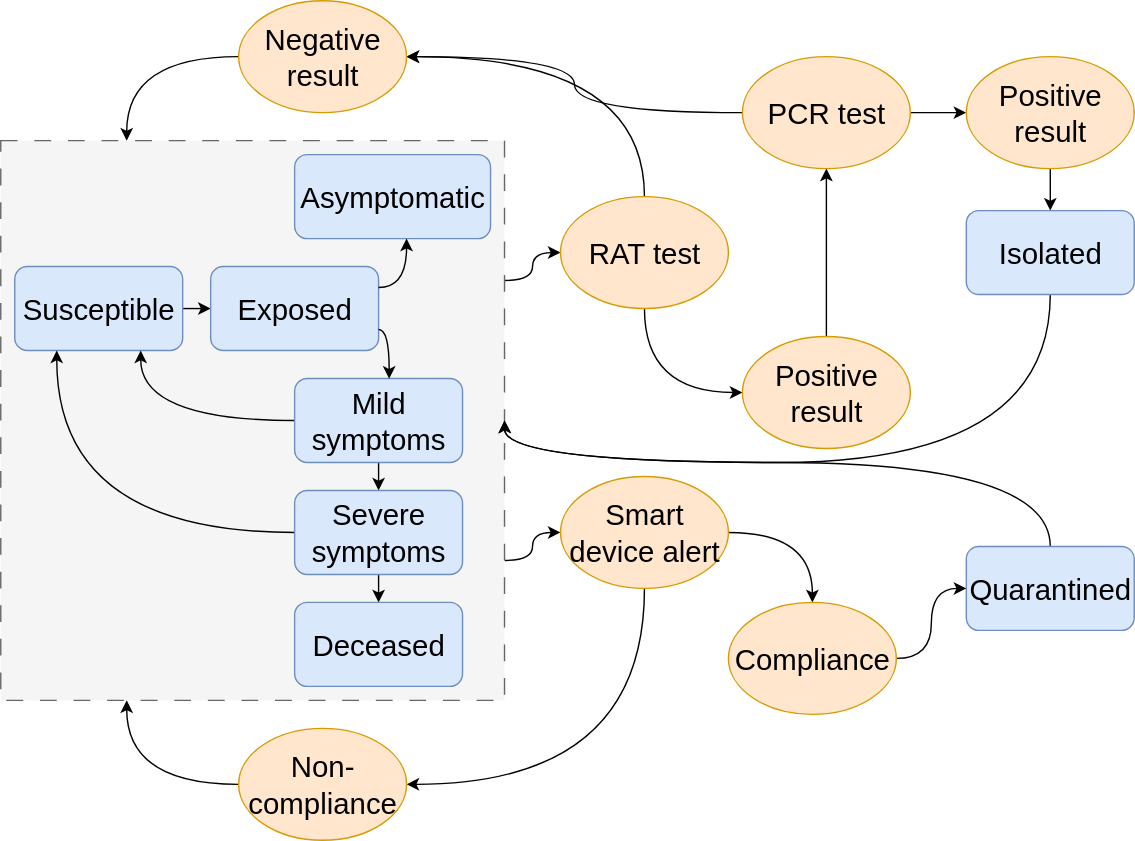
Before: notes/Human.svg.svg, a diagram exported from draw.io (Flynn-Primrose/Zoonosim). Source tidied: cells renumbered, new cells last; positions are measured from the earlier drawing's top-left corner, leaving out a move shared by most shapes.
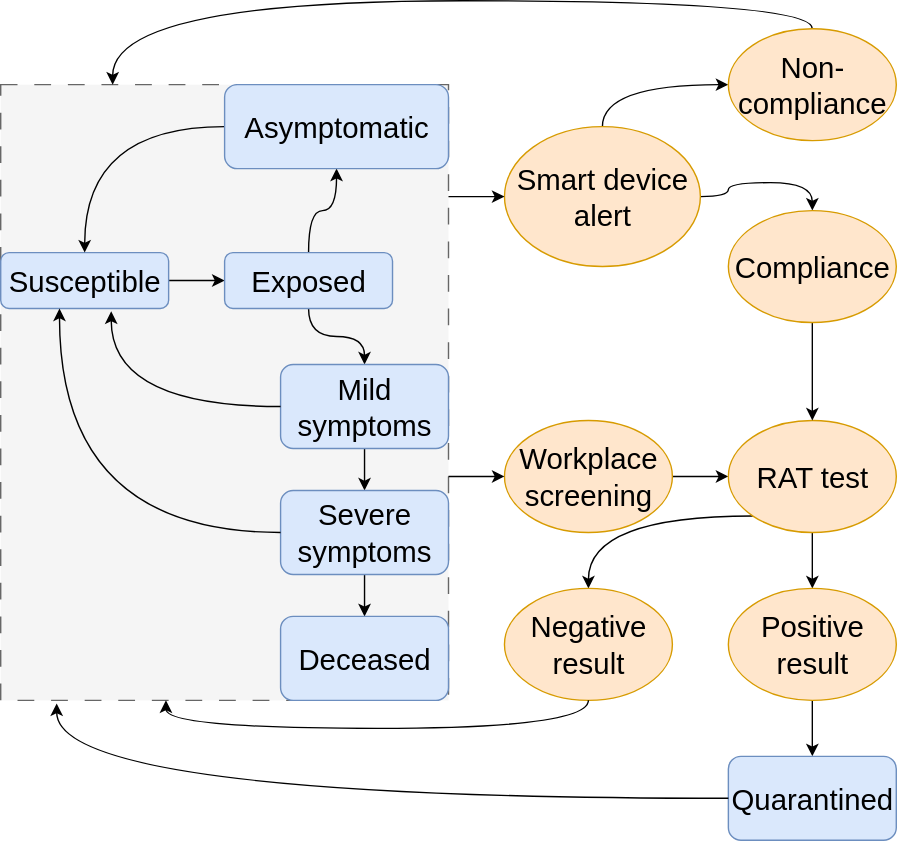
The same diagram one commit later.

Commit message:
updated Human Cycle

What changed in the source:
```diff
@@ -2,133 +2,117 @@
   <root>
     <mxCell id="0" />
     <mxCell id="1" parent="0" />
-    <mxCell id="2" style="edgeStyle=orthogonalEdgeStyle;rounded=0;jettySize=auto;html=1;exitX=1;exitY=0.75;exitDx=0;exitDy=0;entryX=0;entryY=0.5;entryDx=0;entryDy=0;curved=1;" parent="1" edge="1" source="4" target="30">
-      <mxGeometry relative="1" as="geometry" />
-    </mxCell>
-    <mxCell id="3" style="edgeStyle=orthogonalEdgeStyle;rounded=0;jettySize=auto;html=1;exitX=1;exitY=0.25;exitDx=0;exitDy=0;entryX=0;entryY=0.5;entryDx=0;entryDy=0;curved=1;" parent="1" edge="1" source="4" target="24">
-      <mxGeometry relative="1" as="geometry" />
-    </mxCell>
-    <mxCell id="4" style="rounded=0;whiteSpace=wrap;html=1;dashed=1;dashPattern=12 12;fillColor=#f5f5f5;fontColor=#333333;strokeColor=#666666;" parent="1" vertex="1">
-      <mxGeometry y="100" width="360" height="400" as="geometry" />
-    </mxCell>
+    <mxCell id="41" style="rounded=0;whiteSpace=wrap;html=1;dashed=1;dashPattern=12 12;fillColor=#f5f5f5;fontColor=#333333;strokeColor=#666666;" parent="1" vertex="1">
+      <mxGeometry x="50" y="80" width="320" height="440" as="geometry" />
+    </mxCell>
     <mxCell id="5" style="edgeStyle=orthogonalEdgeStyle;rounded=0;jettySize=auto;html=1;exitX=1;exitY=0.5;exitDx=0;exitDy=0;entryX=0;entryY=0.5;entryDx=0;entryDy=0;" parent="1" edge="1" source="6" target="8">
       <mxGeometry relative="1" as="geometry" />
     </mxCell>
     <mxCell id="6" value="&lt;font style=&quot;font-size: 21px;&quot;&gt;Susceptible&lt;/font&gt;" style="rounded=1;whiteSpace=wrap;html=1;fillColor=#dae8fc;strokeColor=#6c8ebf;" parent="1" vertex="1">
-      <mxGeometry x="10" y="190" width="120" height="60" as="geometry" />
+      <mxGeometry x="50" y="200" width="120" height="40" as="geometry" />
     </mxCell>
-    <mxCell id="7" value="&lt;font style=&quot;font-size: 21px;&quot;&gt;Asymptomatic&lt;/font&gt;" style="rounded=1;whiteSpace=wrap;html=1;fillColor=#dae8fc;strokeColor=#6c8ebf;" parent="1" vertex="1">
-      <mxGeometry x="210" y="110" width="140" height="60" as="geometry" />
-    </mxCell>
+    <mxCell id="20" style="edgeStyle=orthogonalEdgeStyle;rounded=0;jettySize=auto;html=1;exitX=0.5;exitY=1;exitDx=0;exitDy=0;entryX=0.5;entryY=0;entryDx=0;entryDy=0;curved=1;" parent="1" edge="1" source="8" target="11">
+      <mxGeometry relative="1" as="geometry" />
+    </mxCell>
+    <mxCell id="21" style="edgeStyle=orthogonalEdgeStyle;rounded=0;jettySize=auto;html=1;exitX=0.5;exitY=0;exitDx=0;exitDy=0;entryX=0.5;entryY=1;entryDx=0;entryDy=0;curved=1;" parent="1" edge="1" source="8" target="7">
+      <mxGeometry relative="1" as="geometry" />
+    </mxCell>
     <mxCell id="8" value="&lt;font style=&quot;font-size: 21px;&quot;&gt;Exposed&lt;/font&gt;" style="rounded=1;whiteSpace=wrap;html=1;fillColor=#dae8fc;strokeColor=#6c8ebf;" parent="1" vertex="1">
-      <mxGeometry x="150" y="190" width="120" height="60" as="geometry" />
+      <mxGeometry x="210" y="200" width="120" height="40" as="geometry" />
     </mxCell>
-    <mxCell id="9" style="edgeStyle=orthogonalEdgeStyle;rounded=0;jettySize=auto;html=1;exitX=0;exitY=0.5;exitDx=0;exitDy=0;entryX=0.75;entryY=1;entryDx=0;entryDy=0;curved=1;" parent="1" edge="1" source="11" target="6">
-      <mxGeometry relative="1" as="geometry" />
-    </mxCell>
-    <mxCell id="10" style="edgeStyle=orthogonalEdgeStyle;rounded=0;jettySize=auto;html=1;exitX=0.5;exitY=1;exitDx=0;exitDy=0;entryX=0.5;entryY=0;entryDx=0;entryDy=0;" parent="1" edge="1" source="11" target="14">
+    <mxCell id="10" style="edgeStyle=orthogonalEdgeStyle;rounded=0;jettySize=auto;html=1;" parent="1" edge="1" source="11" target="14">
       <mxGeometry relative="1" as="geometry" />
     </mxCell>
     <mxCell id="11" value="&lt;font style=&quot;font-size: 21px;&quot;&gt;Mild symptoms&lt;/font&gt;" style="rounded=1;whiteSpace=wrap;html=1;fillColor=#dae8fc;strokeColor=#6c8ebf;" parent="1" vertex="1">
-      <mxGeometry x="210" y="270" width="120" height="60" as="geometry" />
+      <mxGeometry x="250" y="280" width="120" height="60" as="geometry" />
     </mxCell>
-    <mxCell id="12" style="edgeStyle=orthogonalEdgeStyle;rounded=0;jettySize=auto;html=1;exitX=0;exitY=0.5;exitDx=0;exitDy=0;entryX=0.25;entryY=1;entryDx=0;entryDy=0;curved=1;" parent="1" edge="1" source="14" target="6">
-      <mxGeometry relative="1" as="geometry" />
-    </mxCell>
-    <mxCell id="13" style="edgeStyle=orthogonalEdgeStyle;rounded=0;jettySize=auto;html=1;exitX=0.5;exitY=1;exitDx=0;exitDy=0;entryX=0.5;entryY=0;entryDx=0;entryDy=0;" parent="1" edge="1" source="14" target="15">
+    <mxCell id="13" style="edgeStyle=orthogonalEdgeStyle;rounded=0;jettySize=auto;html=1;" parent="1" edge="1" source="14" target="15">
       <mxGeometry relative="1" as="geometry" />
     </mxCell>
     <mxCell id="14" value="&lt;font style=&quot;font-size: 21px;&quot;&gt;Severe symptoms&lt;/font&gt;" style="rounded=1;whiteSpace=wrap;html=1;fillColor=#dae8fc;strokeColor=#6c8ebf;" parent="1" vertex="1">
-      <mxGeometry x="210" y="350" width="120" height="60" as="geometry" />
+      <mxGeometry x="250" y="370" width="120" height="60" as="geometry" />
     </mxCell>
     <mxCell id="15" value="&lt;font style=&quot;font-size: 21px;&quot;&gt;Deceased&lt;/font&gt;" style="rounded=1;whiteSpace=wrap;html=1;fillColor=#dae8fc;strokeColor=#6c8ebf;" parent="1" vertex="1">
-      <mxGeometry x="210" y="430" width="120" height="60" as="geometry" />
+      <mxGeometry x="250" y="460" width="120" height="60" as="geometry" />
     </mxCell>
-    <mxCell id="16" style="edgeStyle=orthogonalEdgeStyle;rounded=0;jettySize=auto;html=1;exitX=0.5;exitY=0;exitDx=0;exitDy=0;entryX=1;entryY=0.5;entryDx=0;entryDy=0;curved=1;" parent="1" edge="1" source="17" target="4">
-      <mxGeometry relative="1" as="geometry">
-        <Array as="points">
-          <mxPoint x="750" y="330" />
-          <mxPoint x="360" y="330" />
-        </Array>
-      </mxGeometry>
-    </mxCell>
-    <mxCell id="17" value="&lt;font style=&quot;font-size: 21px;&quot;&gt;Quarantined&lt;/font&gt;" style="rounded=1;whiteSpace=wrap;html=1;fillColor=#dae8fc;strokeColor=#6c8ebf;" parent="1" vertex="1">
-      <mxGeometry x="690" y="390" width="120" height="60" as="geometry" />
-    </mxCell>
-    <mxCell id="18" style="edgeStyle=orthogonalEdgeStyle;rounded=0;jettySize=auto;html=1;exitX=0.5;exitY=1;exitDx=0;exitDy=0;curved=1;" parent="1" edge="1" source="19">
-      <mxGeometry relative="1" as="geometry">
-        <mxPoint x="360" y="300" as="targetPoint" />
-        <Array as="points">
-          <mxPoint x="750" y="330" />
-          <mxPoint x="361" y="330" />
-        </Array>
-      </mxGeometry>
-    </mxCell>
-    <mxCell id="19" value="&lt;font style=&quot;font-size: 21px;&quot;&gt;Isolated&lt;/font&gt;" style="rounded=1;whiteSpace=wrap;html=1;fillColor=#dae8fc;strokeColor=#6c8ebf;" parent="1" vertex="1">
-      <mxGeometry x="690" y="150" width="120" height="60" as="geometry" />
-    </mxCell>
-    <mxCell id="20" style="edgeStyle=orthogonalEdgeStyle;rounded=0;jettySize=auto;html=1;exitX=1;exitY=0.75;exitDx=0;exitDy=0;entryX=0.563;entryY=0.003;entryDx=0;entryDy=0;entryPerimeter=0;curved=1;" parent="1" edge="1" source="8" target="11">
-      <mxGeometry relative="1" as="geometry" />
-    </mxCell>
-    <mxCell id="21" style="edgeStyle=orthogonalEdgeStyle;rounded=0;jettySize=auto;html=1;exitX=1;exitY=0.25;exitDx=0;exitDy=0;entryX=0.571;entryY=1;entryDx=0;entryDy=0;entryPerimeter=0;curved=1;" parent="1" edge="1" source="8" target="7">
-      <mxGeometry relative="1" as="geometry" />
-    </mxCell>
-    <mxCell id="22" style="edgeStyle=orthogonalEdgeStyle;rounded=0;jettySize=auto;html=1;exitX=0.5;exitY=0;exitDx=0;exitDy=0;entryX=1;entryY=0.5;entryDx=0;entryDy=0;curved=1;" parent="1" edge="1" source="24" target="36">
-      <mxGeometry relative="1" as="geometry" />
-    </mxCell>
-    <mxCell id="23" style="edgeStyle=orthogonalEdgeStyle;rounded=0;jettySize=auto;html=1;exitX=0.5;exitY=1;exitDx=0;exitDy=0;entryX=0;entryY=0.5;entryDx=0;entryDy=0;curved=1;" parent="1" edge="1" source="24" target="38">
-      <mxGeometry relative="1" as="geometry" />
-    </mxCell>
-    <mxCell id="24" value="&lt;font style=&quot;font-size: 21px;&quot;&gt;RAT test&lt;/font&gt;" style="ellipse;whiteSpace=wrap;html=1;fillColor=#ffe6cc;strokeColor=#d79b00;" parent="1" vertex="1">
-      <mxGeometry x="400" y="140" width="120" height="80" as="geometry" />
-    </mxCell>
-    <mxCell id="25" style="edgeStyle=orthogonalEdgeStyle;rounded=0;jettySize=auto;html=1;exitX=1;exitY=0.5;exitDx=0;exitDy=0;entryX=0;entryY=0.5;entryDx=0;entryDy=0;" parent="1" edge="1" source="27" target="40">
-      <mxGeometry relative="1" as="geometry" />
-    </mxCell>
-    <mxCell id="26" style="edgeStyle=orthogonalEdgeStyle;rounded=0;jettySize=auto;html=1;exitX=0;exitY=0.5;exitDx=0;exitDy=0;entryX=1;entryY=0.5;entryDx=0;entryDy=0;curved=1;" parent="1" edge="1" source="27" target="36">
-      <mxGeometry relative="1" as="geometry" />
-    </mxCell>
-    <mxCell id="27" value="&lt;font style=&quot;font-size: 21px;&quot;&gt;PCR test&lt;/font&gt;" style="ellipse;whiteSpace=wrap;html=1;fillColor=#ffe6cc;strokeColor=#d79b00;" parent="1" vertex="1">
-      <mxGeometry x="530" y="40" width="120" height="80" as="geometry" />
-    </mxCell>
+    <mxCell id="42" style="edgeStyle=orthogonalEdgeStyle;rounded=0;jettySize=auto;html=1;exitX=0;exitY=0.5;exitDx=0;exitDy=0;curved=1;" parent="1" edge="1" source="7" target="6">
+      <mxGeometry relative="1" as="geometry" />
+    </mxCell>
+    <mxCell id="7" value="&lt;font style=&quot;font-size: 21px;&quot;&gt;Asymptomatic&lt;/font&gt;" style="rounded=1;whiteSpace=wrap;html=1;fillColor=#dae8fc;strokeColor=#6c8ebf;" parent="1" vertex="1">
+      <mxGeometry x="210" y="80" width="160" height="60" as="geometry" />
+    </mxCell>
+    <mxCell id="9" style="edgeStyle=orthogonalEdgeStyle;rounded=0;jettySize=auto;html=1;exitX=0;exitY=0.5;exitDx=0;exitDy=0;entryX=0.658;entryY=1.05;entryDx=0;entryDy=0;entryPerimeter=0;curved=1;" parent="1" edge="1" source="11" target="6">
+      <mxGeometry relative="1" as="geometry" />
+    </mxCell>
+    <mxCell id="12" style="edgeStyle=orthogonalEdgeStyle;rounded=0;jettySize=auto;html=1;exitX=0;exitY=0.5;exitDx=0;exitDy=0;entryX=0.35;entryY=1;entryDx=0;entryDy=0;entryPerimeter=0;curved=1;" parent="1" edge="1" source="14" target="6">
+      <mxGeometry relative="1" as="geometry" />
+    </mxCell>
+    <mxCell id="43" style="edgeStyle=orthogonalEdgeStyle;rounded=0;jettySize=auto;html=1;exitX=1;exitY=0.5;exitDx=0;exitDy=0;entryX=0;entryY=0.5;entryDx=0;entryDy=0;" parent="1" edge="1" source="44" target="24">
+      <mxGeometry relative="1" as="geometry" />
+    </mxCell>
+    <mxCell id="44" value="&lt;font style=&quot;font-size: 21px;&quot;&gt;Workplace screening&lt;/font&gt;" style="ellipse;whiteSpace=wrap;html=1;fillColor=#ffe6cc;strokeColor=#d79b00;" parent="1" vertex="1">
+      <mxGeometry x="410" y="320" width="120" height="80" as="geometry" />
+    </mxCell>
-    <mxCell id="28" style="edgeStyle=orthogonalEdgeStyle;rounded=0;jettySize=auto;html=1;exitX=0.5;exitY=1;exitDx=0;exitDy=0;entryX=1;entryY=0.5;entryDx=0;entryDy=0;curved=1;" parent="1" edge="1" source="30" target="34">
+    <mxCell id="28" style="edgeStyle=orthogonalEdgeStyle;rounded=0;jettySize=auto;html=1;exitX=0.5;exitY=0;exitDx=0;exitDy=0;entryX=0;entryY=0.5;entryDx=0;entryDy=0;curved=1;" parent="1" edge="1" source="30" target="34">
       <mxGeometry relative="1" as="geometry" />
     </mxCell>
     <mxCell id="29" style="edgeStyle=orthogonalEdgeStyle;rounded=0;jettySize=auto;html=1;exitX=1;exitY=0.5;exitDx=0;exitDy=0;entryX=0.5;entryY=0;entryDx=0;entryDy=0;curved=1;" parent="1" edge="1" source="30" target="32">
       <mxGeometry relative="1" as="geometry" />
     </mxCell>
     <mxCell id="30" value="&lt;font style=&quot;font-size: 21px;&quot;&gt;Smart device alert&lt;/font&gt;" style="ellipse;whiteSpace=wrap;html=1;fillColor=#ffe6cc;strokeColor=#d79b00;" parent="1" vertex="1">
-      <mxGeometry x="400" y="340" width="120" height="80" as="geometry" />
+      <mxGeometry x="410" y="110" width="140" height="100" as="geometry" />
     </mxCell>
-    <mxCell id="31" style="edgeStyle=orthogonalEdgeStyle;rounded=0;jettySize=auto;html=1;exitX=1;exitY=0.5;exitDx=0;exitDy=0;entryX=0;entryY=0.5;entryDx=0;entryDy=0;curved=1;" parent="1" edge="1" source="32" target="17">
-      <mxGeometry relative="1" as="geometry" />
-    </mxCell>
+    <mxCell id="22" style="edgeStyle=orthogonalEdgeStyle;rounded=0;jettySize=auto;html=1;exitX=0;exitY=1;exitDx=0;exitDy=0;entryX=0.5;entryY=0;entryDx=0;entryDy=0;curved=1;" parent="1" edge="1" source="24" target="36">
+      <mxGeometry relative="1" as="geometry" />
+    </mxCell>
+    <mxCell id="45" style="edgeStyle=orthogonalEdgeStyle;rounded=0;jettySize=auto;html=1;exitX=0.5;exitY=1;exitDx=0;exitDy=0;entryX=0.5;entryY=0;entryDx=0;entryDy=0;" parent="1" edge="1" source="24" target="49">
+      <mxGeometry relative="1" as="geometry" />
+    </mxCell>
+    <mxCell id="24" value="&lt;font style=&quot;font-size: 21px;&quot;&gt;RAT test&lt;/font&gt;" style="ellipse;whiteSpace=wrap;html=1;fillColor=#ffe6cc;strokeColor=#d79b00;" parent="1" vertex="1">
+      <mxGeometry x="570" y="320" width="120" height="80" as="geometry" />
+    </mxCell>
+    <mxCell id="46" style="edgeStyle=orthogonalEdgeStyle;rounded=0;jettySize=auto;html=1;exitX=0.5;exitY=0;exitDx=0;exitDy=0;entryX=0.25;entryY=0;entryDx=0;entryDy=0;curved=1;" parent="1" edge="1" source="34" target="41">
+      <mxGeometry relative="1" as="geometry" />
+    </mxCell>
+    <mxCell id="34" value="&lt;font style=&quot;font-size: 21px;&quot;&gt;Non-compliance&lt;/font&gt;" style="ellipse;whiteSpace=wrap;html=1;fillColor=#ffe6cc;strokeColor=#d79b00;" parent="1" vertex="1">
+      <mxGeometry x="570" y="40" width="120" height="80" as="geometry" />
+    </mxCell>
+    <mxCell id="47" style="edgeStyle=orthogonalEdgeStyle;rounded=0;jettySize=auto;html=1;exitX=0.5;exitY=1;exitDx=0;exitDy=0;entryX=0.5;entryY=0;entryDx=0;entryDy=0;" parent="1" edge="1" source="32" target="24">
+      <mxGeometry relative="1" as="geometry" />
+    </mxCell>
     <mxCell id="32" value="&lt;font style=&quot;font-size: 21px;&quot;&gt;Compliance&lt;/font&gt;" style="ellipse;whiteSpace=wrap;html=1;fillColor=#ffe6cc;strokeColor=#d79b00;" parent="1" vertex="1">
-      <mxGeometry x="520" y="430" width="120" height="80" as="geometry" />
+      <mxGeometry x="570" y="170" width="120" height="80" as="geometry" />
     </mxCell>
-    <mxCell id="33" style="edgeStyle=orthogonalEdgeStyle;rounded=0;jettySize=auto;html=1;exitX=0;exitY=0.5;exitDx=0;exitDy=0;entryX=0.25;entryY=1;entryDx=0;entryDy=0;curved=1;" parent="1" edge="1" source="34" target="4">
-      <mxGeometry relative="1" as="geometry" />
-    </mxCell>
-    <mxCell id="34" value="&lt;font style=&quot;font-size: 21px;&quot;&gt;Non-compliance&lt;/font&gt;" style="ellipse;whiteSpace=wrap;html=1;fillColor=#ffe6cc;strokeColor=#d79b00;" parent="1" vertex="1">
-      <mxGeometry x="170" y="520" width="120" height="80" as="geometry" />
-    </mxCell>
-    <mxCell id="35" style="edgeStyle=orthogonalEdgeStyle;rounded=0;jettySize=auto;html=1;exitX=0;exitY=0.5;exitDx=0;exitDy=0;entryX=0.25;entryY=0;entryDx=0;entryDy=0;curved=1;" parent="1" edge="1" source="36" target="4">
-      <mxGeometry relative="1" as="geometry" />
-    </mxCell>
     <mxCell id="36" value="&lt;font style=&quot;font-size: 21px;&quot;&gt;Negative result&lt;/font&gt;" style="ellipse;whiteSpace=wrap;html=1;fillColor=#ffe6cc;strokeColor=#d79b00;" parent="1" vertex="1">
-      <mxGeometry x="170" width="120" height="80" as="geometry" />
+      <mxGeometry x="410" y="440" width="120" height="80" as="geometry" />
     </mxCell>
-    <mxCell id="37" style="edgeStyle=orthogonalEdgeStyle;rounded=0;jettySize=auto;html=1;exitX=0.5;exitY=0;exitDx=0;exitDy=0;entryX=0.5;entryY=1;entryDx=0;entryDy=0;" parent="1" edge="1" source="38" target="27">
-      <mxGeometry relative="1" as="geometry" />
-    </mxCell>
-    <mxCell id="38" value="&lt;font style=&quot;font-size: 21px;&quot;&gt;Positive result&lt;/font&gt;" style="ellipse;whiteSpace=wrap;html=1;fillColor=#ffe6cc;strokeColor=#d79b00;" parent="1" vertex="1">
-      <mxGeometry x="530" y="240" width="120" height="80" as="geometry" />
-    </mxCell>
-    <mxCell id="39" style="edgeStyle=orthogonalEdgeStyle;rounded=0;jettySize=auto;html=1;exitX=0.5;exitY=1;exitDx=0;exitDy=0;entryX=0.5;entryY=0;entryDx=0;entryDy=0;" parent="1" edge="1" source="40" target="19">
-      <mxGeometry relative="1" as="geometry" />
-    </mxCell>
-    <mxCell id="40" value="&lt;font style=&quot;font-size: 21px;&quot;&gt;Positive result&lt;/font&gt;" style="ellipse;whiteSpace=wrap;html=1;fillColor=#ffe6cc;strokeColor=#d79b00;" parent="1" vertex="1">
-      <mxGeometry x="690" y="40" width="120" height="80" as="geometry" />
-    </mxCell>
+    <mxCell id="48" style="edgeStyle=orthogonalEdgeStyle;rounded=0;jettySize=auto;html=1;exitX=0.5;exitY=1;exitDx=0;exitDy=0;entryX=0.5;entryY=0;entryDx=0;entryDy=0;" parent="1" edge="1" source="49" target="17">
+      <mxGeometry relative="1" as="geometry" />
+    </mxCell>
+    <mxCell id="49" value="&lt;font style=&quot;font-size: 21px;&quot;&gt;Positive result&lt;/font&gt;" style="ellipse;whiteSpace=wrap;html=1;fillColor=#ffe6cc;strokeColor=#d79b00;" parent="1" vertex="1">
+      <mxGeometry x="570" y="440" width="120" height="80" as="geometry" />
+    </mxCell>
+    <mxCell id="17" value="&lt;font style=&quot;font-size: 21px;&quot;&gt;Quarantined&lt;/font&gt;" style="rounded=1;whiteSpace=wrap;html=1;fillColor=#dae8fc;strokeColor=#6c8ebf;" parent="1" vertex="1">
+      <mxGeometry x="570" y="560" width="120" height="60" as="geometry" />
+    </mxCell>
+    <mxCell id="50" style="endArrow=classic;html=1;rounded=0;entryX=0;entryY=0.5;entryDx=0;entryDy=0;" parent="1" edge="1" target="44">
+      <mxGeometry relative="1" as="geometry">
+        <mxPoint x="370" y="360" as="sourcePoint" />
+      </mxGeometry>
+    </mxCell>
+    <mxCell id="51" style="endArrow=classic;html=1;rounded=0;entryX=0;entryY=0.5;entryDx=0;entryDy=0;" parent="1" edge="1" target="30">
+      <mxGeometry relative="1" as="geometry">
+        <mxPoint x="370" y="160" as="sourcePoint" />
+      </mxGeometry>
+    </mxCell>
+    <mxCell id="52" style="edgeStyle=orthogonalEdgeStyle;rounded=0;jettySize=auto;html=1;exitX=0;exitY=0.5;exitDx=0;exitDy=0;entryX=0.125;entryY=1.005;entryDx=0;entryDy=0;entryPerimeter=0;curved=1;" parent="1" edge="1" source="17" target="41">
+      <mxGeometry relative="1" as="geometry" />
+    </mxCell>
+    <mxCell id="53" style="edgeStyle=orthogonalEdgeStyle;rounded=0;jettySize=auto;html=1;exitX=0.5;exitY=1;exitDx=0;exitDy=0;entryX=0.372;entryY=1.002;entryDx=0;entryDy=0;entryPerimeter=0;strokeColor=none;curved=1;" parent="1" edge="1" source="36" target="41">
+      <mxGeometry relative="1" as="geometry" />
+    </mxCell>
+    <mxCell id="54" style="edgeStyle=orthogonalEdgeStyle;rounded=0;jettySize=auto;html=1;exitX=0.5;exitY=1;exitDx=0;exitDy=0;entryX=0.369;entryY=1;entryDx=0;entryDy=0;entryPerimeter=0;curved=1;" parent="1" edge="1" source="36" target="41">
+      <mxGeometry relative="1" as="geometry" />
+    </mxCell>
   </root>
 </mxGraphModel>
```
